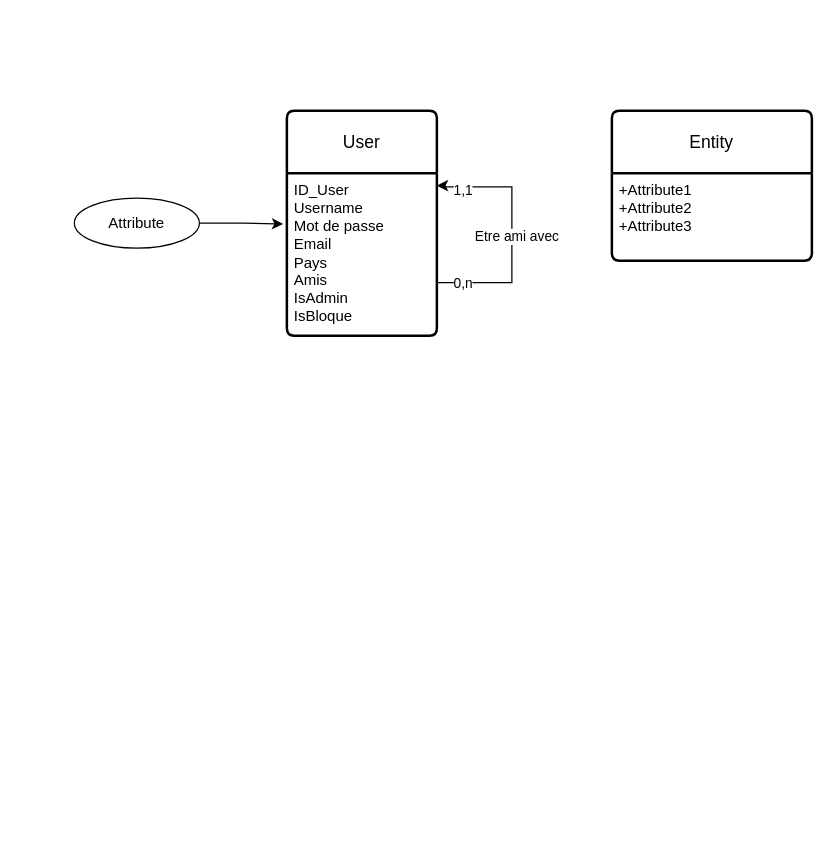
Earlier version of the draw.io diagram MCD.drawio (Marty059/CDAW). Source tidied: cells renumbered, new cells numbered last; positions are measured from the earlier drawing's top-left corner, leaving out a move shared by most shapes. Both pictures are drawn from the tidied source at 125%, with x=0, y=0 at pixel (74, 110).
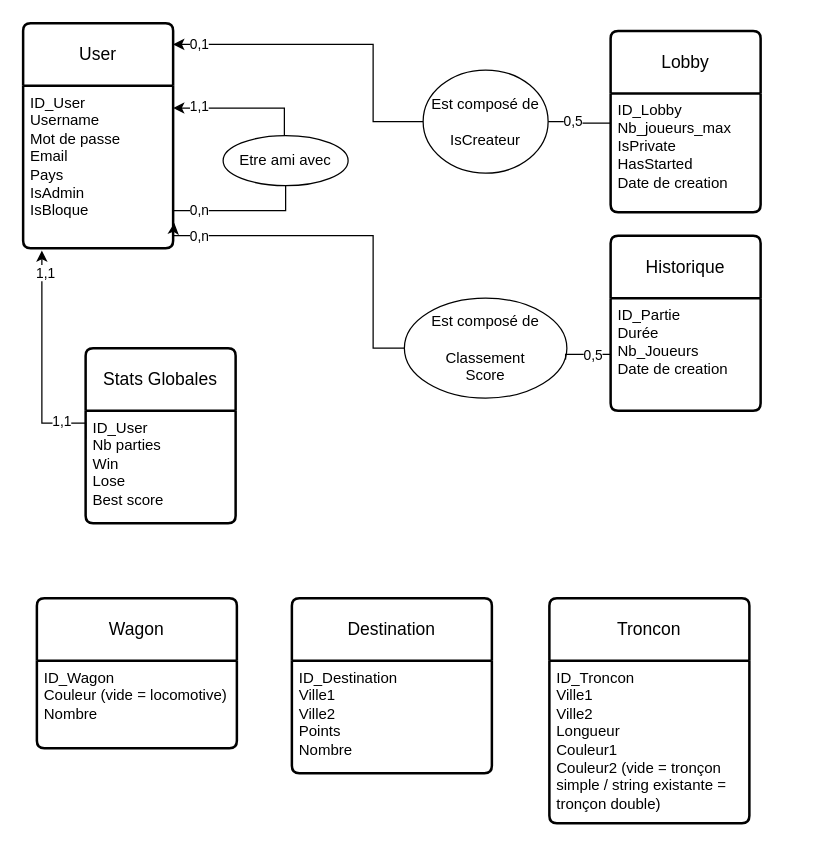
The same diagram, later.

Commit message:
Mettre à jour MCD.drawio

The edit, as a diff of the source:
```diff
@@
     <mxCell id="2" value="User" style="swimlane;horizontal=1;startSize=50;rounded=1;fontSize=14;fontStyle=0;strokeWidth=2;shadow=0;dashed=0;align=center;arcSize=4;whiteSpace=wrap;html=1;" parent="1" vertex="1">
-      <mxGeometry x="170" width="120" height="180" as="geometry" />
+      <mxGeometry x="-41" y="-70" width="120" height="180" as="geometry" />
     </mxCell>
-    <mxCell id="3" value="ID_User&lt;br&gt;Username&lt;br&gt;Mot de passe&lt;br&gt;Email&lt;br&gt;Pays&lt;br&gt;Amis&lt;br&gt;IsAdmin&lt;br&gt;IsBloque" style="align=left;strokeColor=none;fillColor=none;spacingLeft=4;fontSize=12;verticalAlign=top;html=1;" parent="2" vertex="1">
+    <mxCell id="3" value="ID_User&lt;br&gt;Username&lt;br&gt;Mot de passe&lt;br&gt;Email&lt;br&gt;Pays&lt;br&gt;IsAdmin&lt;br&gt;IsBloque" style="align=left;strokeColor=none;fillColor=none;spacingLeft=4;fontSize=12;verticalAlign=top;html=1;" parent="2" vertex="1">
       <mxGeometry y="50" width="120" height="130" as="geometry" />
     </mxCell>
+    <mxCell id="12" style="edgeStyle=orthogonalEdgeStyle;rounded=0;orthogonalLoop=1;jettySize=auto;html=1;exitX=0.5;exitY=0;exitDx=0;exitDy=0;entryX=1.008;entryY=0.138;entryDx=0;entryDy=0;entryPerimeter=0;" parent="1" edge="1">
+      <mxGeometry relative="1" as="geometry">
+        <mxPoint x="168" y="20" as="sourcePoint" />
+        <mxPoint x="79" y="-2.1" as="targetPoint" />
+        <Array as="points">
+          <mxPoint x="168" y="-2" />
+        </Array>
+      </mxGeometry>
+    </mxCell>
+    <mxCell id="13" value="1,1" style="edgeLabel;html=1;align=center;verticalAlign=middle;" parent="12" vertex="1">
+      <mxGeometry x="0.87" y="-1" relative="1" as="geometry">
+        <mxPoint x="13" as="offset" />
+      </mxGeometry>
+    </mxCell>
-    <mxCell id="4" value="Attribute" style="ellipse;whiteSpace=wrap;html=1;align=center;" parent="1" vertex="1">
-      <mxGeometry y="70" width="100" height="40" as="geometry" />
+    <mxCell id="4" value="Etre ami avec" style="ellipse;whiteSpace=wrap;html=1;align=center;" parent="1" vertex="1">
+      <mxGeometry x="119" y="20" width="100" height="40" as="geometry" />
     </mxCell>
-    <mxCell id="5" style="edgeStyle=orthogonalEdgeStyle;rounded=0;jettySize=auto;html=1;entryX=-0.025;entryY=0.313;entryDx=0;entryDy=0;entryPerimeter=0;" parent="1" edge="1" source="4" target="3">
-      <mxGeometry relative="1" as="geometry" />
-    </mxCell>
-    <mxCell id="6" style="edgeStyle=orthogonalEdgeStyle;rounded=0;orthogonalLoop=1;jettySize=auto;html=1;exitX=1;exitY=0.75;exitDx=0;exitDy=0;" parent="1" edge="1">
-      <mxGeometry relative="1" as="geometry">
-        <mxPoint x="290" y="137.5" as="sourcePoint" />
-        <mxPoint x="290" y="60" as="targetPoint" />
-        <Array as="points">
-          <mxPoint x="350" y="138" />
-          <mxPoint x="350" y="61" />
-          <mxPoint x="294" y="61" />
-        </Array>
-      </mxGeometry>
-    </mxCell>
-    <mxCell id="7" value="Etre ami avec" style="edgeLabel;html=1;align=center;verticalAlign=middle;" parent="6" vertex="1">
-      <mxGeometry x="-0.02" y="-3" relative="1" as="geometry" />
-    </mxCell>
-    <mxCell id="8" value="0,n" style="edgeLabel;html=1;align=center;verticalAlign=middle;" parent="6" vertex="1">
-      <mxGeometry x="-0.96" relative="1" as="geometry">
-        <mxPoint x="16" as="offset" />
-      </mxGeometry>
-    </mxCell>
-    <mxCell id="9" value="1,1" style="edgeLabel;html=1;align=center;verticalAlign=middle;" parent="6" vertex="1">
-      <mxGeometry x="0.99" y="3" relative="1" as="geometry">
-        <mxPoint x="20" as="offset" />
-      </mxGeometry>
-    </mxCell>
-    <mxCell id="10" value="Entity" style="swimlane;horizontal=1;startSize=50;rounded=1;fontSize=14;fontStyle=0;strokeWidth=2;shadow=0;dashed=0;align=center;arcSize=4;whiteSpace=wrap;html=1;" parent="1" vertex="1">
-      <mxGeometry x="430" width="160" height="120" as="geometry" />
+    <mxCell id="10" value="Lobby" style="swimlane;horizontal=1;startSize=50;rounded=1;fontSize=14;fontStyle=0;strokeWidth=2;shadow=0;dashed=0;align=center;arcSize=4;whiteSpace=wrap;html=1;" parent="1" vertex="1">
+      <mxGeometry x="429" y="-63.8" width="120" height="145" as="geometry" />
     </mxCell>
-    <mxCell id="11" value="+Attribute1&#10;+Attribute2&#10;+Attribute3" style="align=left;strokeColor=none;fillColor=none;spacingLeft=4;fontSize=12;verticalAlign=top;html=1;" parent="10" vertex="1">
-      <mxGeometry y="50" width="160" height="70" as="geometry" />
+    <mxCell id="11" value="ID_Lobby&lt;br&gt;Nb_joueurs_max&lt;br&gt;IsPrivate&lt;br&gt;HasStarted&lt;br&gt;Date de creation" style="align=left;strokeColor=none;fillColor=none;spacingLeft=4;fontSize=12;verticalAlign=top;html=1;" parent="10" vertex="1">
+      <mxGeometry y="50" width="120" height="95" as="geometry" />
     </mxCell>
+    <mxCell id="14" value="Stats Globales" style="swimlane;horizontal=1;startSize=50;rounded=1;fontSize=14;fontStyle=0;strokeWidth=2;shadow=0;dashed=0;align=center;arcSize=4;whiteSpace=wrap;html=1;" parent="1" vertex="1">
+      <mxGeometry x="9" y="190" width="120" height="140" as="geometry" />
+    </mxCell>
+    <mxCell id="15" value="ID_User&lt;br&gt;Nb parties&lt;br&gt;Win&lt;br&gt;Lose&lt;br&gt;Best score" style="align=left;strokeColor=none;fillColor=none;spacingLeft=4;fontSize=12;verticalAlign=top;html=1;" parent="14" vertex="1">
+      <mxGeometry y="50" width="120" height="90" as="geometry" />
+    </mxCell>
+    <mxCell id="16" value="Historique" style="swimlane;horizontal=1;startSize=50;rounded=1;fontSize=14;fontStyle=0;strokeWidth=2;shadow=0;dashed=0;align=center;arcSize=4;whiteSpace=wrap;html=1;" parent="1" vertex="1">
+      <mxGeometry x="429" y="100" width="120" height="140" as="geometry" />
+    </mxCell>
+    <mxCell id="17" value="ID_Partie&lt;br&gt;Durée&lt;br&gt;Nb_Joueurs&lt;br&gt;Date de creation" style="align=left;strokeColor=none;fillColor=none;spacingLeft=4;fontSize=12;verticalAlign=top;html=1;" parent="16" vertex="1">
+      <mxGeometry y="50" width="120" height="90" as="geometry" />
+    </mxCell>
+    <mxCell id="18" value="Est composé de&lt;br&gt;&lt;br&gt;Classement&lt;br&gt;Score" style="ellipse;whiteSpace=wrap;html=1;align=center;" parent="1" vertex="1">
+      <mxGeometry x="264" y="150" width="130" height="80" as="geometry" />
+    </mxCell>
+    <mxCell id="19" style="edgeStyle=orthogonalEdgeStyle;rounded=0;jettySize=auto;html=1;exitX=1;exitY=0.75;exitDx=0;exitDy=0;entryX=0.5;entryY=1;entryDx=0;entryDy=0;endArrow=none;endFill=0;" parent="1" edge="1" source="3" target="4">
+      <mxGeometry relative="1" as="geometry">
+        <Array as="points">
+          <mxPoint x="79" y="80" />
+          <mxPoint x="169" y="80" />
+        </Array>
+      </mxGeometry>
+    </mxCell>
+    <mxCell id="20" value="0,n" style="edgeLabel;html=1;align=center;verticalAlign=middle;" parent="19" vertex="1">
+      <mxGeometry x="-0.97" y="-2" relative="1" as="geometry">
+        <mxPoint x="22" as="offset" />
+      </mxGeometry>
+    </mxCell>
+    <mxCell id="21" style="edgeStyle=orthogonalEdgeStyle;rounded=0;jettySize=auto;html=1;entryX=0;entryY=0.25;entryDx=0;entryDy=0;endArrow=none;endFill=0;" parent="1" edge="1" source="23" target="11">
+      <mxGeometry relative="1" as="geometry" />
+    </mxCell>
+    <mxCell id="22" value="0,5" style="edgeLabel;html=1;align=center;verticalAlign=middle;" parent="21" vertex="1">
+      <mxGeometry x="0.18" y="4" relative="1" as="geometry">
+        <mxPoint x="-9" y="3" as="offset" />
+      </mxGeometry>
+    </mxCell>
+    <mxCell id="23" value="Est composé de&lt;br&gt;&lt;br&gt;IsCreateur" style="ellipse;whiteSpace=wrap;html=1;align=center;" parent="1" vertex="1">
+      <mxGeometry x="279" y="-32.5" width="100" height="82.5" as="geometry" />
+    </mxCell>
+    <mxCell id="24" style="edgeStyle=orthogonalEdgeStyle;rounded=0;jettySize=auto;html=1;exitX=0;exitY=0.25;exitDx=0;exitDy=0;entryX=0.125;entryY=1.015;entryDx=0;entryDy=0;entryPerimeter=0;" parent="1" edge="1" source="15" target="3">
+      <mxGeometry relative="1" as="geometry">
+        <Array as="points">
+          <mxPoint x="9" y="250" />
+          <mxPoint x="-26" y="250" />
+        </Array>
+      </mxGeometry>
+    </mxCell>
+    <mxCell id="25" value="1,1" style="edgeLabel;html=1;align=center;verticalAlign=middle;" parent="24" vertex="1">
+      <mxGeometry x="0.86" y="-2" relative="1" as="geometry">
+        <mxPoint y="5" as="offset" />
+      </mxGeometry>
+    </mxCell>
+    <mxCell id="26" value="1,1" style="edgeLabel;html=1;align=center;verticalAlign=middle;" parent="24" vertex="1">
+      <mxGeometry x="-0.64" y="-2" relative="1" as="geometry">
+        <mxPoint x="1" as="offset" />
+      </mxGeometry>
+    </mxCell>
+    <mxCell id="27" value="Wagon" style="swimlane;horizontal=1;startSize=50;rounded=1;fontSize=14;fontStyle=0;strokeWidth=2;shadow=0;dashed=0;align=center;arcSize=4;whiteSpace=wrap;html=1;" parent="1" vertex="1">
+      <mxGeometry x="-30" y="390" width="160" height="120" as="geometry" />
+    </mxCell>
+    <mxCell id="28" value="ID_Wagon&lt;br&gt;Couleur (vide = locomotive)&lt;br&gt;Nombre" style="align=left;strokeColor=none;fillColor=none;spacingLeft=4;fontSize=12;verticalAlign=top;html=1;" parent="27" vertex="1">
+      <mxGeometry y="50" width="160" height="70" as="geometry" />
+    </mxCell>
+    <mxCell id="29" value="Destination" style="swimlane;horizontal=1;startSize=50;rounded=1;fontSize=14;fontStyle=0;strokeWidth=2;shadow=0;dashed=0;align=center;arcSize=4;whiteSpace=wrap;html=1;" parent="1" vertex="1">
+      <mxGeometry x="174" y="390" width="160" height="140" as="geometry" />
+    </mxCell>
+    <mxCell id="30" value="ID_Destination&lt;br&gt;Ville1&lt;br&gt;Ville2&lt;br&gt;Points&lt;br&gt;Nombre" style="align=left;strokeColor=none;fillColor=none;spacingLeft=4;fontSize=12;verticalAlign=top;html=1;" parent="29" vertex="1">
+      <mxGeometry y="50" width="160" height="90" as="geometry" />
+    </mxCell>
+    <mxCell id="31" value="Troncon" style="swimlane;horizontal=1;startSize=50;rounded=1;fontSize=14;fontStyle=0;strokeWidth=2;shadow=0;dashed=0;align=center;arcSize=4;whiteSpace=wrap;html=1;" parent="1" vertex="1">
+      <mxGeometry x="380" y="390" width="160" height="180" as="geometry" />
+    </mxCell>
+    <mxCell id="32" value="ID_Troncon&lt;br&gt;Ville1&lt;br&gt;Ville2&lt;br&gt;Longueur&lt;br&gt;Couleur1&lt;br&gt;Couleur2 (vide = tronçon&lt;br&gt;simple / string existante =&amp;nbsp;&lt;br&gt;tronçon double)" style="align=left;strokeColor=none;fillColor=none;spacingLeft=4;fontSize=12;verticalAlign=top;html=1;" parent="31" vertex="1">
+      <mxGeometry y="50" width="160" height="130" as="geometry" />
+    </mxCell>
+    <mxCell id="33" style="edgeStyle=orthogonalEdgeStyle;rounded=0;jettySize=auto;html=1;entryX=1.008;entryY=0.846;entryDx=0;entryDy=0;entryPerimeter=0;" parent="1" edge="1" source="18" target="3">
+      <mxGeometry relative="1" as="geometry">
+        <Array as="points">
+          <mxPoint x="239" y="190" />
+          <mxPoint x="239" y="100" />
+          <mxPoint x="79" y="100" />
+        </Array>
+      </mxGeometry>
+    </mxCell>
+    <mxCell id="34" value="0,n" style="edgeLabel;html=1;align=center;verticalAlign=middle;" parent="33" vertex="1">
+      <mxGeometry x="0.76" y="1" relative="1" as="geometry">
+        <mxPoint x="-4" y="-1" as="offset" />
+      </mxGeometry>
+    </mxCell>
+    <mxCell id="35" style="edgeStyle=orthogonalEdgeStyle;rounded=0;jettySize=auto;html=1;" parent="1" edge="1" source="23" target="2">
+      <mxGeometry relative="1" as="geometry">
+        <Array as="points">
+          <mxPoint x="239" y="9" />
+          <mxPoint x="239" y="-53" />
+        </Array>
+      </mxGeometry>
+    </mxCell>
+    <mxCell id="36" value="0,1" style="edgeLabel;html=1;align=center;verticalAlign=middle;" parent="35" vertex="1">
+      <mxGeometry x="0.84" y="-1" relative="1" as="geometry" />
+    </mxCell>
+    <mxCell id="37" style="edgeStyle=orthogonalEdgeStyle;rounded=0;jettySize=auto;html=1;exitX=0;exitY=0.5;exitDx=0;exitDy=0;entryX=0.992;entryY=0.613;entryDx=0;entryDy=0;entryPerimeter=0;endArrow=none;endFill=0;" parent="1" edge="1" source="17" target="18">
+      <mxGeometry relative="1" as="geometry" />
+    </mxCell>
+    <mxCell id="38" value="0,5" style="edgeLabel;html=1;align=center;verticalAlign=middle;" parent="37" vertex="1">
+      <mxGeometry x="-0.25" relative="1" as="geometry" />
+    </mxCell>
```
